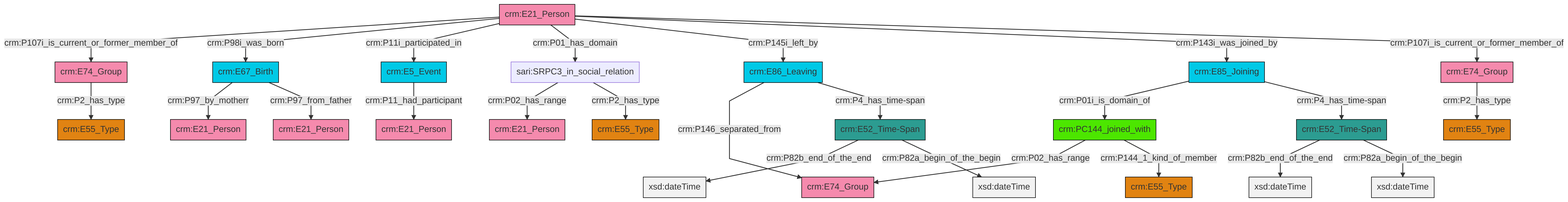
This is et/personCSV/ttl/mmd/png/Person_Actor_Relations.png from swiss-art-research-net/docs.swissartresearch, a Mermaid export, as it was before one commit. Its source is kept beside it as et/personCSV/ttl/mmd/Person_Actor_Relations.ttl.mmd.
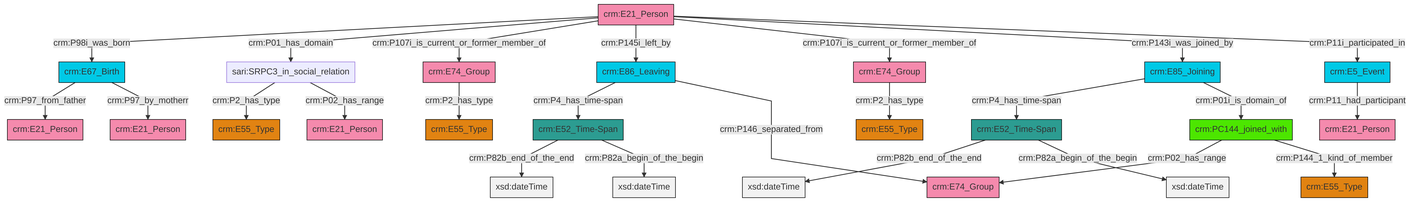
After the change.

Change to the diagram source:
```diff
@@ -13,27 +13,27 @@
 classDef PC_Classes fill:#4ce600, stroke:#000000;
 classDef Multi fill:#cccccc,stroke:#000000;
 
-0["crm:E86_Leaving"]:::Temporal_Entity -->|crm:P146_separated_from| 1["crm:E74_Group"]:::Actor
-2["crm:E21_Person"]:::Actor -->|crm:P107i_is_current_or_former_member_of| 3["crm:E74_Group"]:::Actor
-2["crm:E21_Person"]:::Actor -->|crm:P98i_was_born| 4["crm:E67_Birth"]:::Temporal_Entity
-2["crm:E21_Person"]:::Actor -->|crm:P11i_participated_in| 7["crm:E5_Event"]:::Temporal_Entity
-10["sari:SRPC3_in_social_relation"]:::Default -->|crm:P02_has_range| 11["crm:E21_Person"]:::Actor
-3["crm:E74_Group"]:::Actor -->|crm:P2_has_type| 12["crm:E55_Type"]:::Type
-13["crm:E52_Time-Span"]:::Time-Span -->|crm:P82b_end_of_the_end| 14[xsd:dateTime]:::Literal
-16["crm:E85_Joining"]:::Temporal_Entity -->|crm:P01i_is_domain_of| 17["crm:PC144_joined_with"]:::PC_Classes
-17["crm:PC144_joined_with"]:::PC_Classes -->|crm:P02_has_range| 1["crm:E74_Group"]:::Actor
-2["crm:E21_Person"]:::Actor -->|crm:P01_has_domain| 10["sari:SRPC3_in_social_relation"]:::Default
-18["crm:E52_Time-Span"]:::Time-Span -->|crm:P82b_end_of_the_end| 19[xsd:dateTime]:::Literal
-2["crm:E21_Person"]:::Actor -->|crm:P145i_left_by| 0["crm:E86_Leaving"]:::Temporal_Entity
-17["crm:PC144_joined_with"]:::PC_Classes -->|crm:P144_1_kind_of_member| 20["crm:E55_Type"]:::Type
-10["sari:SRPC3_in_social_relation"]:::Default -->|crm:P2_has_type| 8["crm:E55_Type"]:::Type
-16["crm:E85_Joining"]:::Temporal_Entity -->|crm:P4_has_time-span| 18["crm:E52_Time-Span"]:::Time-Span
-0["crm:E86_Leaving"]:::Temporal_Entity -->|crm:P4_has_time-span| 13["crm:E52_Time-Span"]:::Time-Span
-4["crm:E67_Birth"]:::Temporal_Entity -->|crm:P97_by_motherr| 36["crm:E21_Person"]:::Actor
-2["crm:E21_Person"]:::Actor -->|crm:P143i_was_joined_by| 16["crm:E85_Joining"]:::Temporal_Entity
-2["crm:E21_Person"]:::Actor -->|crm:P107i_is_current_or_former_member_of| 28["crm:E74_Group"]:::Actor
-7["crm:E5_Event"]:::Temporal_Entity -->|crm:P11_had_participant| 24["crm:E21_Person"]:::Actor
-18["crm:E52_Time-Span"]:::Time-Span -->|crm:P82a_begin_of_the_begin| 41[xsd:dateTime]:::Literal
-28["crm:E74_Group"]:::Actor -->|crm:P2_has_type| 34["crm:E55_Type"]:::Type
-13["crm:E52_Time-Span"]:::Time-Span -->|crm:P82a_begin_of_the_begin| 46[xsd:dateTime]:::Literal
-4["crm:E67_Birth"]:::Temporal_Entity -->|crm:P97_from_father| 5["crm:E21_Person"]:::Actor
+2["crm:E52_Time-Span"]:::Time-Span -->|crm:P82b_end_of_the_end| 4[xsd:dateTime]:::Literal
+7["crm:E67_Birth"]:::Temporal_Entity -->|crm:P97_from_father| 5["crm:E21_Person"]:::Actor
+8["crm:E86_Leaving"]:::Temporal_Entity -->|crm:P4_has_time-span| 2["crm:E52_Time-Span"]:::Time-Span
+9["crm:E21_Person"]:::Actor -->|crm:P98i_was_born| 7["crm:E67_Birth"]:::Temporal_Entity
+9["crm:E21_Person"]:::Actor -->|crm:P01_has_domain| 10["sari:SRPC3_in_social_relation"]:::Default
+15["crm:PC144_joined_with"]:::PC_Classes -->|crm:P02_has_range| 16["crm:E74_Group"]:::Actor
+10["sari:SRPC3_in_social_relation"]:::Default -->|crm:P2_has_type| 19["crm:E55_Type"]:::Type
+15["crm:PC144_joined_with"]:::PC_Classes -->|crm:P144_1_kind_of_member| 11["crm:E55_Type"]:::Type
+2["crm:E52_Time-Span"]:::Time-Span -->|crm:P82a_begin_of_the_begin| 23[xsd:dateTime]:::Literal
+24["crm:E52_Time-Span"]:::Time-Span -->|crm:P82b_end_of_the_end| 25[xsd:dateTime]:::Literal
+9["crm:E21_Person"]:::Actor -->|crm:P107i_is_current_or_former_member_of| 13["crm:E74_Group"]:::Actor
+9["crm:E21_Person"]:::Actor -->|crm:P145i_left_by| 8["crm:E86_Leaving"]:::Temporal_Entity
+9["crm:E21_Person"]:::Actor -->|crm:P107i_is_current_or_former_member_of| 27["crm:E74_Group"]:::Actor
+9["crm:E21_Person"]:::Actor -->|crm:P143i_was_joined_by| 17["crm:E85_Joining"]:::Temporal_Entity
+10["sari:SRPC3_in_social_relation"]:::Default -->|crm:P02_has_range| 33["crm:E21_Person"]:::Actor
+9["crm:E21_Person"]:::Actor -->|crm:P11i_participated_in| 34["crm:E5_Event"]:::Temporal_Entity
+8["crm:E86_Leaving"]:::Temporal_Entity -->|crm:P146_separated_from| 16["crm:E74_Group"]:::Actor
+34["crm:E5_Event"]:::Temporal_Entity -->|crm:P11_had_participant| 0["crm:E21_Person"]:::Actor
+13["crm:E74_Group"]:::Actor -->|crm:P2_has_type| 35["crm:E55_Type"]:::Type
+24["crm:E52_Time-Span"]:::Time-Span -->|crm:P82a_begin_of_the_begin| 43[xsd:dateTime]:::Literal
+7["crm:E67_Birth"]:::Temporal_Entity -->|crm:P97_by_motherr| 30["crm:E21_Person"]:::Actor
+27["crm:E74_Group"]:::Actor -->|crm:P2_has_type| 21["crm:E55_Type"]:::Type
+17["crm:E85_Joining"]:::Temporal_Entity -->|crm:P4_has_time-span| 24["crm:E52_Time-Span"]:::Time-Span
+17["crm:E85_Joining"]:::Temporal_Entity -->|crm:P01i_is_domain_of| 15["crm:PC144_joined_with"]:::PC_Classes
```
